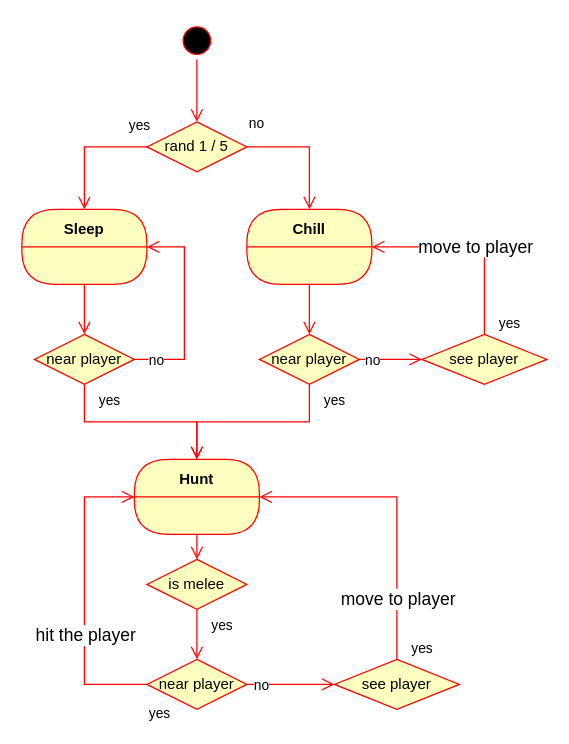
The draw.io diagram page "AI" (7 of 7) of docs/schemas.drawio in vladimir-popov/forgotten_catacombs, before the edit. Source tidied: cells renumbered, new cells numbered last; positions are measured from the earlier drawing's top-left corner, leaving out a move shared by most shapes. Both pictures are drawn from the tidied source at 125%, with x=0, y=0 at pixel (21, 21).
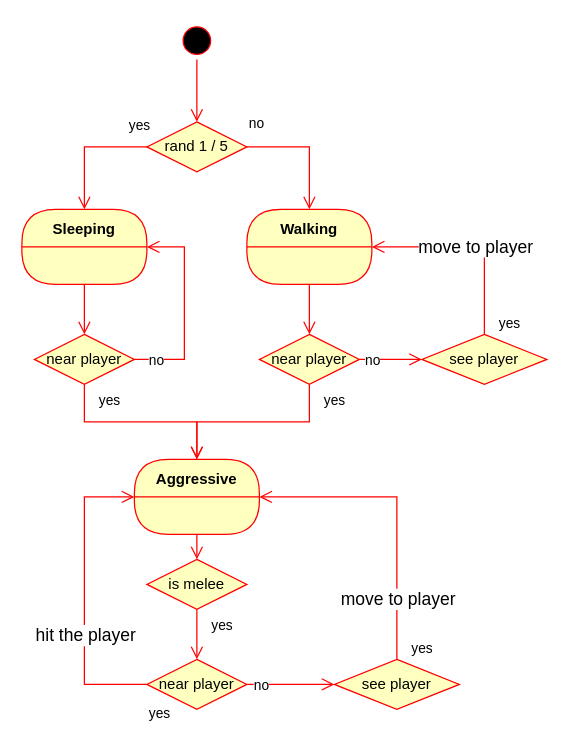
After the change.

Change to the diagram source:
```diff
@@
-    <mxCell id="2" value="Sleep" style="swimlane;fontStyle=1;align=center;verticalAlign=middle;horizontal=1;startSize=30;fontColor=#000000;rounded=1;arcSize=30;strokeColor=#ff0000;fillColor=#ffffc0;swimlaneFillColor=#ffffc0;" parent="1" vertex="1">
+    <mxCell id="2" value="Sleeping" style="swimlane;fontStyle=1;align=center;verticalAlign=middle;horizontal=1;startSize=30;fontColor=#000000;rounded=1;arcSize=30;strokeColor=#ff0000;fillColor=#ffffc0;swimlaneFillColor=#ffffc0;" parent="1" vertex="1">
       <mxGeometry y="150" width="100" height="60" as="geometry" />
     </mxCell>
@@
-    <mxCell id="10" value="Chill" style="swimlane;fontStyle=1;align=center;verticalAlign=middle;horizontal=1;startSize=30;fontColor=#000000;rounded=1;arcSize=30;strokeColor=#ff0000;fillColor=#ffffc0;swimlaneFillColor=#ffffc0;" parent="1" vertex="1">
+    <mxCell id="10" value="Walking" style="swimlane;fontStyle=1;align=center;verticalAlign=middle;horizontal=1;startSize=30;fontColor=#000000;rounded=1;arcSize=30;strokeColor=#ff0000;fillColor=#ffffc0;swimlaneFillColor=#ffffc0;" parent="1" vertex="1">
       <mxGeometry x="180" y="150" width="100" height="60" as="geometry" />
     </mxCell>
@@
-    <mxCell id="15" value="Hunt" style="swimlane;fontStyle=1;align=center;verticalAlign=middle;horizontal=1;startSize=30;fontColor=#000000;rounded=1;arcSize=30;strokeColor=#ff0000;fillColor=#ffffc0;swimlaneFillColor=#ffffc0;" parent="1" vertex="1">
+    <mxCell id="15" value="Aggressive" style="swimlane;fontStyle=1;align=center;verticalAlign=middle;horizontal=1;startSize=30;fontColor=#000000;rounded=1;arcSize=30;strokeColor=#ff0000;fillColor=#ffffc0;swimlaneFillColor=#ffffc0;" parent="1" vertex="1">
       <mxGeometry x="90" y="350" width="100" height="60" as="geometry" />
     </mxCell>
```
